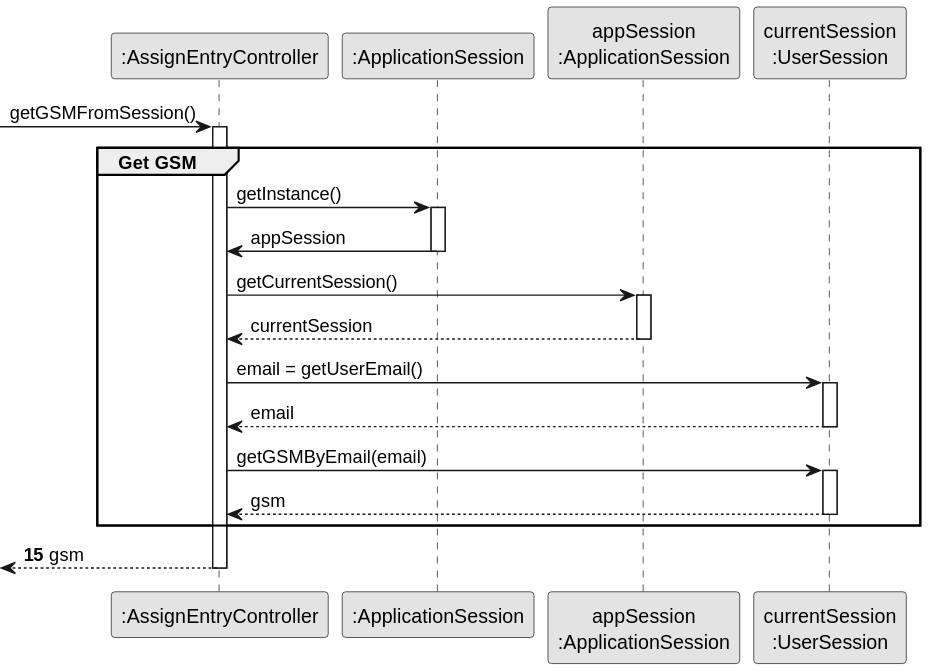
Before: docs/sprint3/us023/03.design/svg/us023-sequence-diagram-partial-get-gsm.svg, a diagram exported from PlantUML (tiagosoa/lei-24-s2-1dgh-g073).
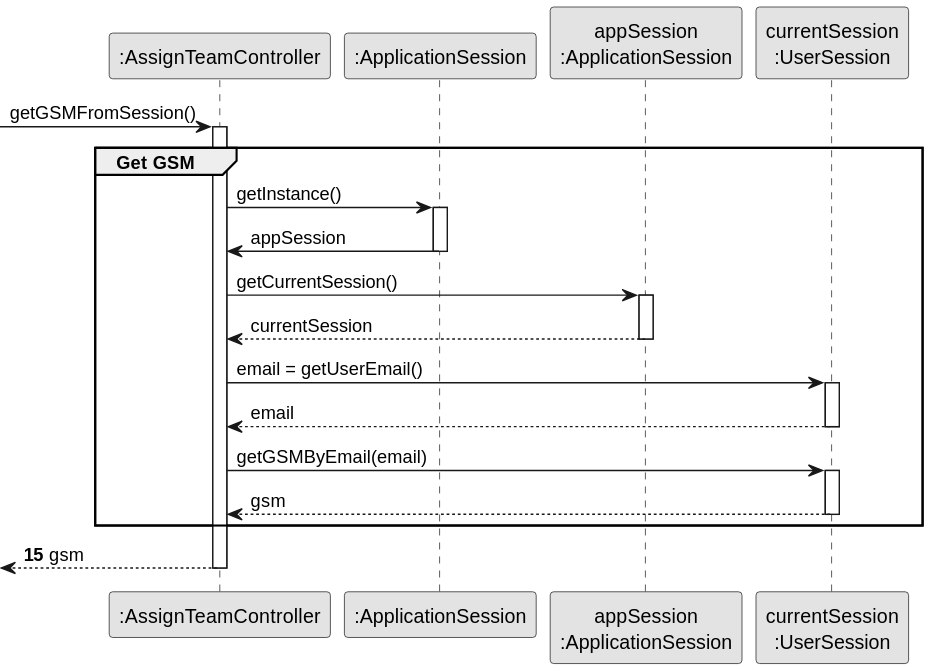
The same file after the commit.

The edit, as a diff of the source:
```diff
@@ -5,7 +5,7 @@
 
 
 
-participant ":AssignEntryController" as CTRL
+participant ":AssignTeamController" as CTRL
 participant ":ApplicationSession" as _APP
 participant "appSession\n:ApplicationSession" as APP
 participant "currentSession\n:UserSession" as SESSAO
```
